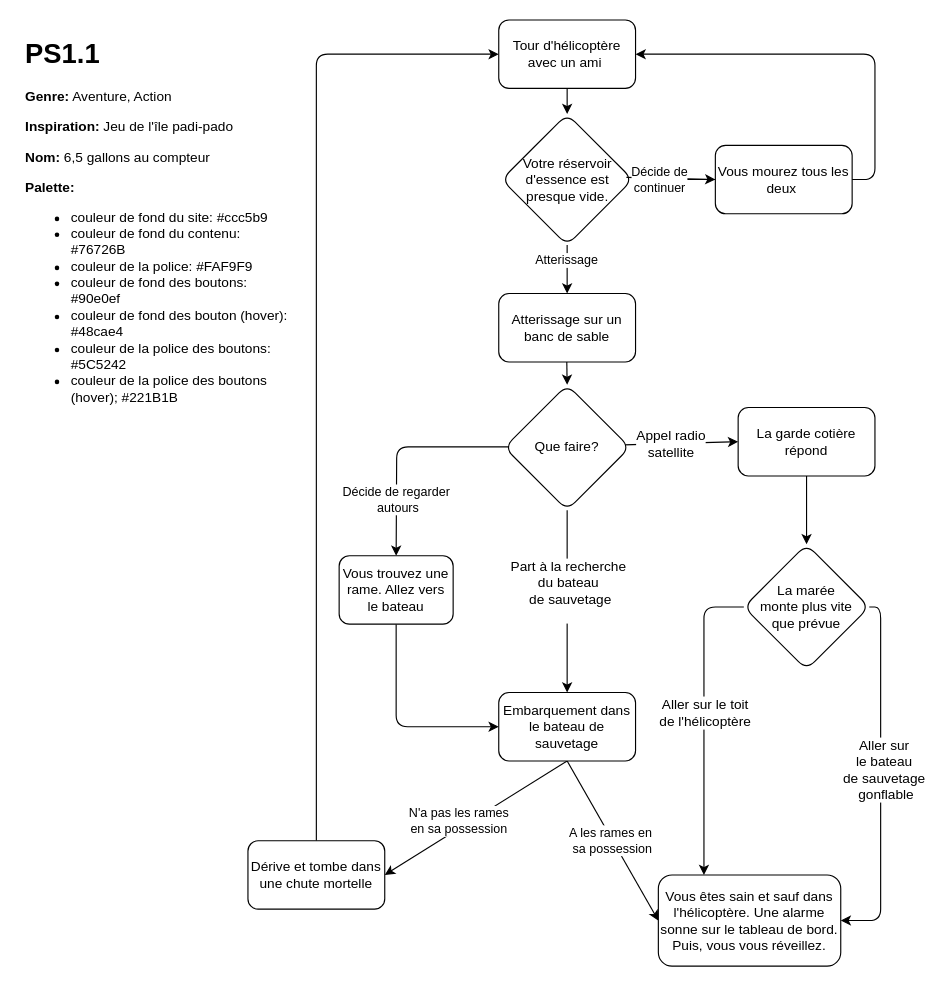
Above: schema.drawio in audreydandurand/vous-etes-le-heros-6.5-gallons-au-compteur-audreydandurand.github.io (draw.io), before the change. Source tidied: cells renumbered, new cells numbered last; positions are measured from the earlier drawing's top-left corner, leaving out a move shared by most shapes. Both pictures are drawn from the tidied source at 114%, with x=0, y=0 at pixel (19, 19).
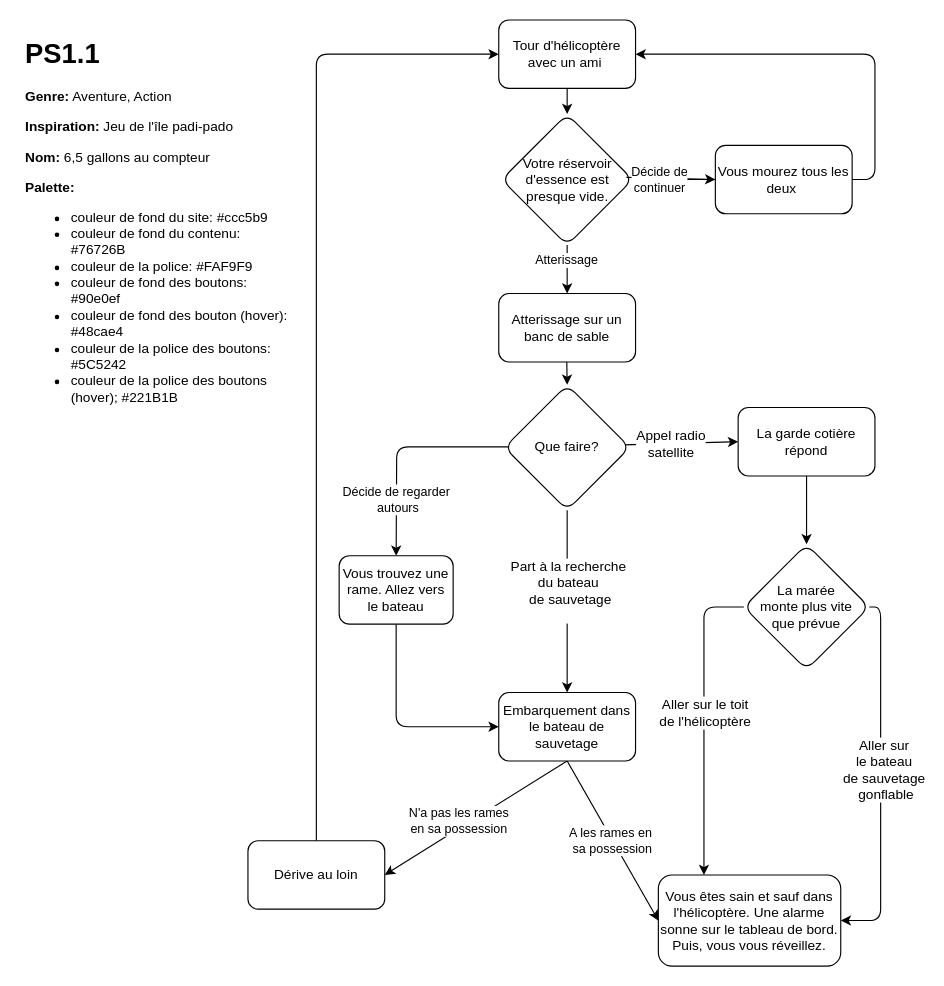
After the change.

Commit message (it also covers changes not shown here):
changement_cle_derive

What changed in the source:
```diff
@@
-<mxGraphModel>
+<mxGraphModel background="#ffffff">
@@
-    <mxCell id="3" value="Dérive et tombe dans une chute mortelle" style="rounded=1;whiteSpace=wrap;html=1;" parent="1" vertex="1">
+    <mxCell id="3" value="Dérive au loin" style="rounded=1;whiteSpace=wrap;html=1;" parent="1" vertex="1">
       <mxGeometry x="200" y="720" width="120" height="60" as="geometry" />
     </mxCell>
```
